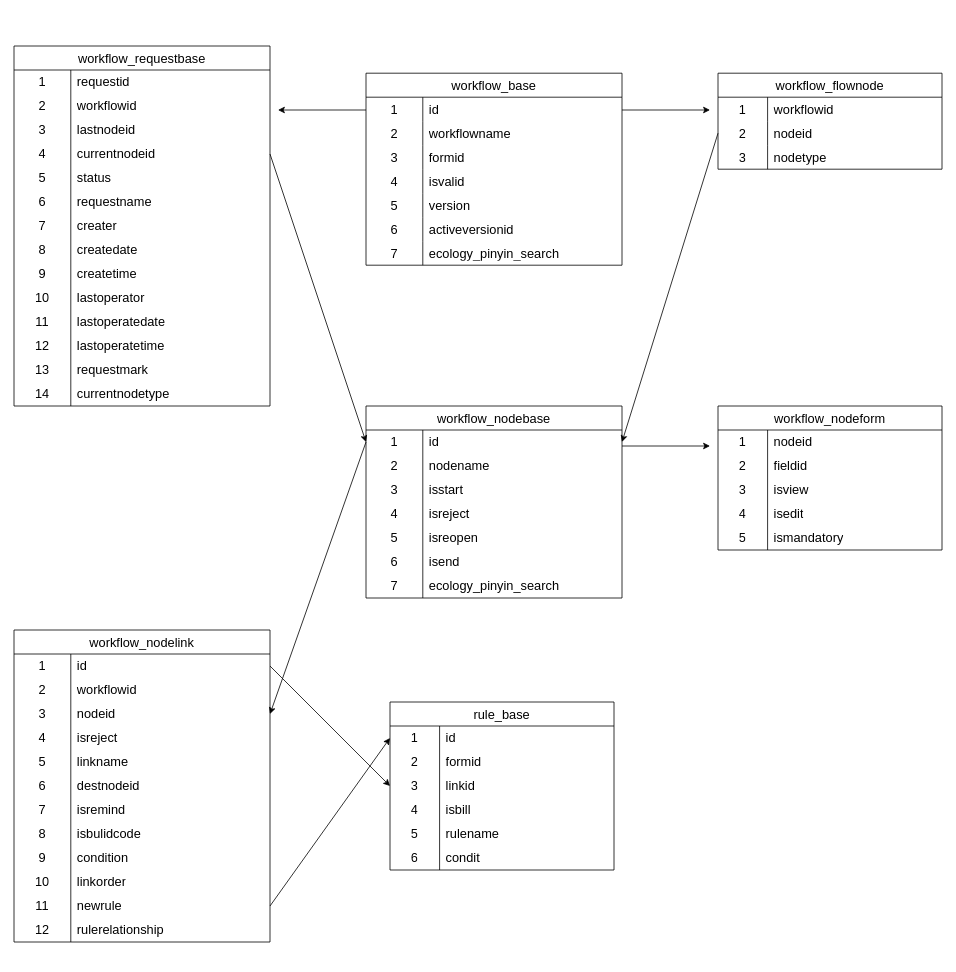
Earlier version of the draw.io diagram page "第 3 页" (3 of 3) of work/ICS工单系统.drawio (itzhanglg/technology-image). Source tidied: cells renumbered, new cells numbered last; positions are measured from the earlier drawing's top-left corner, leaving out a move shared by most shapes. Both pictures are drawn from the tidied source at 80%, with x=0, y=0 at pixel (14, 46).
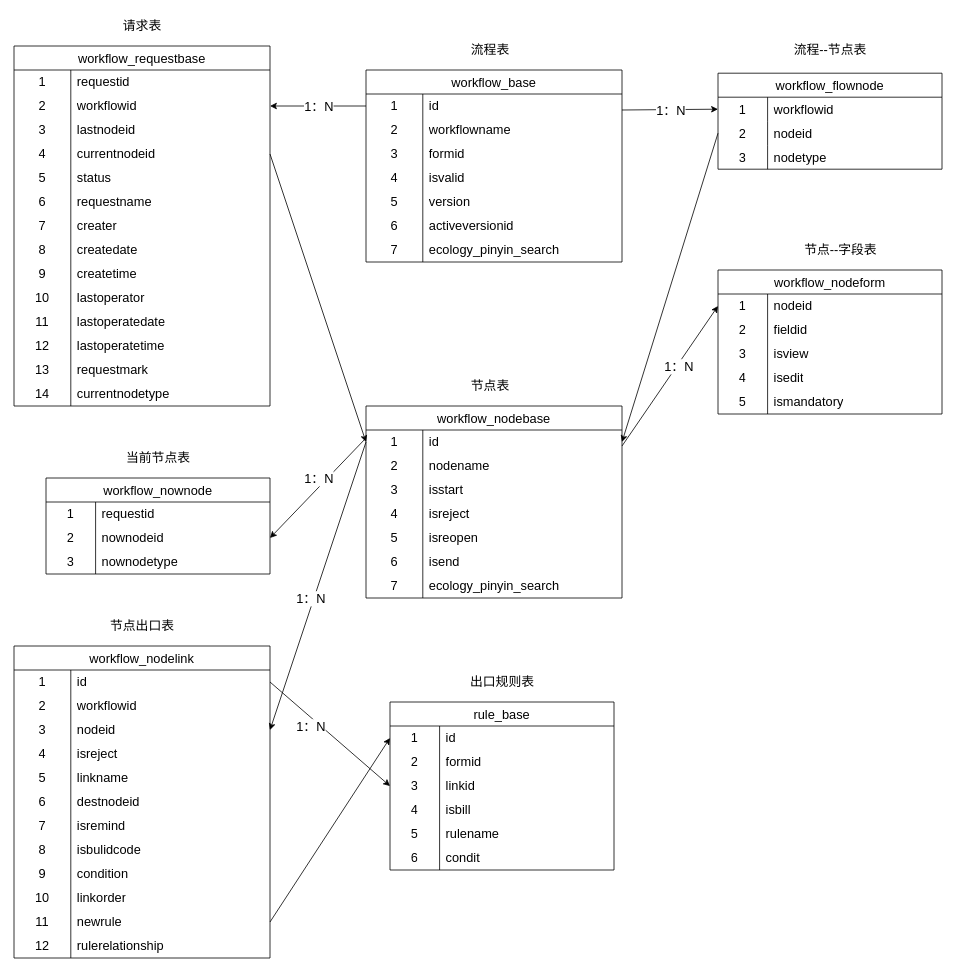
Above is the later version.

Commit message (it also covers changes not shown here):
更新ICS工单系统.drawio

The change refers to these unchanged cells:
```xml
<mxCell id="3" style="shape=tableRow;horizontal=0;startSize=0;swimlaneHead=0;swimlaneBody=0;top=0;left=0;bottom=0;right=0;fillColor=none;points=[[0,0.5],[1,0.5]];portConstraint=eastwest;strokeColor=inherit;fontSize=16;" parent="2" vertex="1">
  <mxGeometry y="30" width="320" height="30" as="geometry" />
</mxCell>
<mxCell id="28" style="shape=tableRow;horizontal=0;startSize=0;swimlaneHead=0;swimlaneBody=0;top=0;left=0;bottom=0;right=0;fillColor=none;points=[[0,0.5],[1,0.5]];portConstraint=eastwest;strokeColor=inherit;fontSize=16;" parent="24" vertex="1">
  <mxGeometry y="60" width="320" height="30" as="geometry" />
</mxCell>
<mxCell id="69" style="shape=tableRow;horizontal=0;startSize=0;swimlaneHead=0;swimlaneBody=0;top=0;left=0;bottom=0;right=0;fillColor=none;points=[[0,0.5],[1,0.5]];portConstraint=eastwest;strokeColor=inherit;fontSize=16;" parent="68" vertex="1">
  <mxGeometry y="30" width="280" height="30" as="geometry" />
</mxCell>
<mxCell id="104" style="shape=tableRow;horizontal=0;startSize=0;swimlaneHead=0;swimlaneBody=0;top=0;left=0;bottom=0;right=0;fillColor=none;points=[[0,0.5],[1,0.5]];portConstraint=eastwest;strokeColor=inherit;fontSize=16;" parent="103" vertex="1">
  <mxGeometry y="30" width="280" height="30" as="geometry" />
</mxCell>
```

What changed in the source:
```diff
@@
     <mxCell id="2" value="workflow_base" style="shape=table;startSize=30;childLayout=tableLayout;rowLines=0;fontStyle=0;strokeColor=default;fontSize=16;" parent="1" vertex="1">
-      <mxGeometry x="440" y="34" width="320" height="240" as="geometry" />
+      <mxGeometry x="440" y="30" width="320" height="240" as="geometry" />
     </mxCell>
@@
-    <mxCell id="67" style="endArrow=classic;html=1;rounded=0;" parent="1" edge="1">
-      <mxGeometry relative="1" as="geometry">
-        <mxPoint x="440" y="80" as="sourcePoint" />
-        <mxPoint x="330" y="80" as="targetPoint" />
-      </mxGeometry>
+    <mxCell id="67" style="endArrow=classic;html=1;rounded=0;entryX=1;entryY=0.5;entryDx=0;entryDy=0;exitX=0;exitY=0.5;exitDx=0;exitDy=0;" parent="1" edge="1" source="3" target="28">
+      <mxGeometry relative="1" as="geometry" />
     </mxCell>
+    <mxCell id="179" value="&lt;font style=&quot;font-size: 16px;&quot;&gt;1：N&lt;/font&gt;" style="edgeLabel;html=1;align=center;verticalAlign=middle;" parent="67" vertex="1">
+      <mxGeometry x="0.23" y="2" relative="1" as="geometry">
+        <mxPoint x="14" y="-2" as="offset" />
+      </mxGeometry>
+    </mxCell>
@@
-    <mxCell id="78" style="endArrow=classic;html=1;rounded=0;" parent="1" edge="1">
+    <mxCell id="78" style="endArrow=classic;html=1;rounded=0;entryX=0;entryY=0.5;entryDx=0;entryDy=0;" parent="1" edge="1" target="69">
       <mxGeometry relative="1" as="geometry">
         <mxPoint x="760" y="80" as="sourcePoint" />
-        <mxPoint x="870" y="80" as="targetPoint" />
       </mxGeometry>
     </mxCell>
@@
     <mxCell id="103" value="workflow_nodeform" style="shape=table;startSize=30;childLayout=tableLayout;rowLines=0;fontStyle=0;strokeColor=default;fontSize=16;" parent="1" vertex="1">
-      <mxGeometry x="880" y="450" width="280" height="180" as="geometry" />
+      <mxGeometry x="880" y="280" width="280" height="180" as="geometry" />
     </mxCell>
@@
-    <mxCell id="119" style="endArrow=classic;html=1;rounded=0;" parent="1" edge="1">
+    <mxCell id="119" style="endArrow=classic;html=1;rounded=0;entryX=0;entryY=0.5;entryDx=0;entryDy=0;" parent="1" edge="1" target="104">
       <mxGeometry relative="1" as="geometry">
         <mxPoint x="760" y="500" as="sourcePoint" />
-        <mxPoint x="870" y="500" as="targetPoint" />
       </mxGeometry>
     </mxCell>
     <mxCell id="120" value="workflow_nodelink" style="shape=table;startSize=30;childLayout=tableLayout;rowLines=0;fontStyle=0;strokeColor=default;fontSize=16;" parent="1" vertex="1">
-      <mxGeometry y="730" width="320" height="390" as="geometry" />
+      <mxGeometry y="750" width="320" height="390" as="geometry" />
     </mxCell>
@@
+    <mxCell id="180" value="workflow_nownode" style="shape=table;startSize=30;childLayout=tableLayout;rowLines=0;fontStyle=0;strokeColor=default;fontSize=16;" parent="1" vertex="1">
+      <mxGeometry x="40" y="540" width="280" height="120" as="geometry" />
+    </mxCell>
+    <mxCell id="181" style="shape=tableRow;horizontal=0;startSize=0;swimlaneHead=0;swimlaneBody=0;top=0;left=0;bottom=0;right=0;fillColor=none;strokeColor=inherit;fontSize=16;" parent="180" vertex="1">
+      <mxGeometry y="30" width="280" height="30" as="geometry" />
+    </mxCell>
+    <mxCell id="182" value="1" style="shape=partialRectangle;html=1;whiteSpace=wrap;fillColor=none;top=0;left=0;bottom=0;right=0;overflow=hidden;strokeColor=inherit;fontSize=16;" parent="181" vertex="1">
+      <mxGeometry width="62" height="30" as="geometry" />
+    </mxCell>
+    <mxCell id="183" value="requestid" style="shape=partialRectangle;html=1;whiteSpace=wrap;fillColor=none;top=0;left=0;bottom=0;right=0;align=left;spacingLeft=6;overflow=hidden;strokeColor=inherit;fontSize=16;" parent="181" vertex="1">
+      <mxGeometry x="62" width="218" height="30" as="geometry" />
+    </mxCell>
+    <mxCell id="184" style="shape=tableRow;horizontal=0;startSize=0;swimlaneHead=0;swimlaneBody=0;top=0;left=0;bottom=0;right=0;fillColor=none;points=[[0,0.5],[1,0.5]];portConstraint=eastwest;strokeColor=inherit;fontSize=16;" parent="180" vertex="1">
+      <mxGeometry y="60" width="280" height="30" as="geometry" />
+    </mxCell>
+    <mxCell id="185" value="2" style="shape=partialRectangle;html=1;whiteSpace=wrap;fillColor=none;top=0;left=0;bottom=0;right=0;overflow=hidden;strokeColor=inherit;fontSize=16;" parent="184" vertex="1">
+      <mxGeometry width="62" height="30" as="geometry" />
+    </mxCell>
+    <mxCell id="186" value="nownodeid" style="shape=partialRectangle;html=1;whiteSpace=wrap;fillColor=none;top=0;left=0;bottom=0;right=0;align=left;spacingLeft=6;overflow=hidden;strokeColor=inherit;fontSize=16;" parent="184" vertex="1">
+      <mxGeometry x="62" width="218" height="30" as="geometry" />
+    </mxCell>
+    <mxCell id="187" style="shape=tableRow;horizontal=0;startSize=0;swimlaneHead=0;swimlaneBody=0;top=0;left=0;bottom=0;right=0;fillColor=none;strokeColor=inherit;fontSize=16;" parent="180" vertex="1">
+      <mxGeometry y="90" width="280" height="30" as="geometry" />
+    </mxCell>
+    <mxCell id="188" value="3" style="shape=partialRectangle;html=1;whiteSpace=wrap;fillColor=none;top=0;left=0;bottom=0;right=0;overflow=hidden;strokeColor=inherit;fontSize=16;" parent="187" vertex="1">
+      <mxGeometry width="62" height="30" as="geometry" />
+    </mxCell>
+    <mxCell id="189" value="nownodetype" style="shape=partialRectangle;html=1;whiteSpace=wrap;fillColor=none;top=0;left=0;bottom=0;right=0;align=left;spacingLeft=6;overflow=hidden;strokeColor=inherit;fontSize=16;" parent="187" vertex="1">
+      <mxGeometry x="62" width="218" height="30" as="geometry" />
+    </mxCell>
+    <mxCell id="190" style="endArrow=classic;html=1;rounded=0;entryX=1;entryY=0.5;entryDx=0;entryDy=0;" parent="1" edge="1" target="184">
+      <mxGeometry relative="1" as="geometry">
+        <mxPoint x="440" y="490" as="sourcePoint" />
+      </mxGeometry>
+    </mxCell>
+    <mxCell id="191" value="流程表" style="text;html=1;align=center;verticalAlign=middle;fillColor=none;strokeColor=none;rounded=0;shadow=0;glass=0;dashed=1;sketch=0;strokeWidth=1;fontSize=16;" parent="1" vertex="1">
+      <mxGeometry x="560" y="-10" width="70" height="30" as="geometry" />
+    </mxCell>
+    <mxCell id="192" value="流程--节点表" style="text;html=1;align=center;verticalAlign=middle;fillColor=none;strokeColor=none;rounded=0;shadow=0;glass=0;dashed=1;sketch=0;strokeWidth=1;fontSize=16;" parent="1" vertex="1">
+      <mxGeometry x="965" y="-10" width="110" height="30" as="geometry" />
+    </mxCell>
+    <mxCell id="193" value="节点表" style="text;html=1;align=center;verticalAlign=middle;fillColor=none;strokeColor=none;rounded=0;shadow=0;glass=0;dashed=1;sketch=0;strokeWidth=1;fontSize=16;" parent="1" vertex="1">
+      <mxGeometry x="560" y="410" width="70" height="30" as="geometry" />
+    </mxCell>
+    <mxCell id="194" value="节点--字段表" style="text;html=1;align=center;verticalAlign=middle;fillColor=none;strokeColor=none;rounded=0;shadow=0;glass=0;dashed=1;sketch=0;strokeWidth=1;fontSize=16;" parent="1" vertex="1">
+      <mxGeometry x="978" y="240" width="110" height="30" as="geometry" />
+    </mxCell>
+    <mxCell id="195" value="请求表" style="text;html=1;align=center;verticalAlign=middle;fillColor=none;strokeColor=none;rounded=0;shadow=0;glass=0;dashed=1;sketch=0;strokeWidth=1;fontSize=16;" parent="1" vertex="1">
+      <mxGeometry x="125" y="-40" width="70" height="30" as="geometry" />
+    </mxCell>
+    <mxCell id="196" value="&lt;font style=&quot;font-size: 16px;&quot;&gt;1：N&lt;/font&gt;" style="edgeLabel;html=1;align=center;verticalAlign=middle;" parent="1" vertex="1">
+      <mxGeometry x="380" y="540" as="geometry" />
+    </mxCell>
+    <mxCell id="197" value="&lt;font style=&quot;font-size: 16px;&quot;&gt;1：N&lt;/font&gt;" style="edgeLabel;html=1;align=center;verticalAlign=middle;" parent="1" vertex="1">
+      <mxGeometry x="820" y="80" as="geometry" />
+    </mxCell>
+    <mxCell id="198" value="&lt;font style=&quot;font-size: 16px;&quot;&gt;1：N&lt;/font&gt;" style="edgeLabel;html=1;align=center;verticalAlign=middle;" parent="1" vertex="1">
+      <mxGeometry x="830" y="400" as="geometry" />
+    </mxCell>
+    <mxCell id="199" value="&lt;font style=&quot;font-size: 16px;&quot;&gt;1：N&lt;/font&gt;" style="edgeLabel;html=1;align=center;verticalAlign=middle;" parent="1" vertex="1">
+      <mxGeometry x="370" y="690" as="geometry" />
+    </mxCell>
+    <mxCell id="200" value="&lt;font style=&quot;font-size: 16px;&quot;&gt;1：N&lt;/font&gt;" style="edgeLabel;html=1;align=center;verticalAlign=middle;" parent="1" vertex="1">
+      <mxGeometry x="370" y="850" as="geometry" />
+    </mxCell>
+    <mxCell id="201" value="当前节点表" style="text;html=1;align=center;verticalAlign=middle;fillColor=none;strokeColor=none;rounded=0;shadow=0;glass=0;dashed=1;sketch=0;strokeWidth=1;fontSize=16;" parent="1" vertex="1">
+      <mxGeometry x="130" y="500" width="100" height="30" as="geometry" />
+    </mxCell>
+    <mxCell id="202" value="节点出口表" style="text;html=1;align=center;verticalAlign=middle;fillColor=none;strokeColor=none;rounded=0;shadow=0;glass=0;dashed=1;sketch=0;strokeWidth=1;fontSize=16;" parent="1" vertex="1">
+      <mxGeometry x="110" y="710" width="100" height="30" as="geometry" />
+    </mxCell>
+    <mxCell id="203" value="出口规则表" style="text;html=1;align=center;verticalAlign=middle;fillColor=none;strokeColor=none;rounded=0;shadow=0;glass=0;dashed=1;sketch=0;strokeWidth=1;fontSize=16;" parent="1" vertex="1">
+      <mxGeometry x="560" y="780" width="100" height="30" as="geometry" />
+    </mxCell>
```
